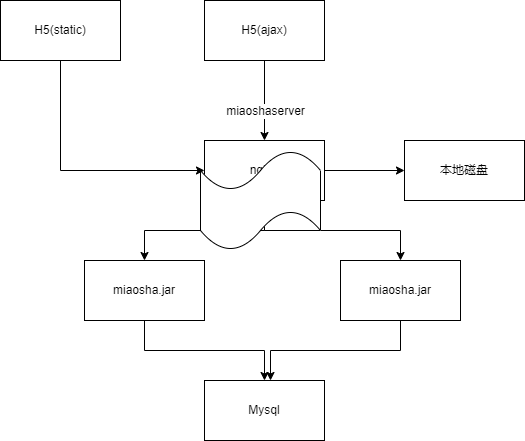
Above: miaosha/miaoshadeploy.drawio.png in wsxzei/markdown-photos (draw.io), before the change. Source tidied: cells renumbered, new cells last; positions are measured from the earlier drawing's top-left corner, leaving out a move shared by most shapes.
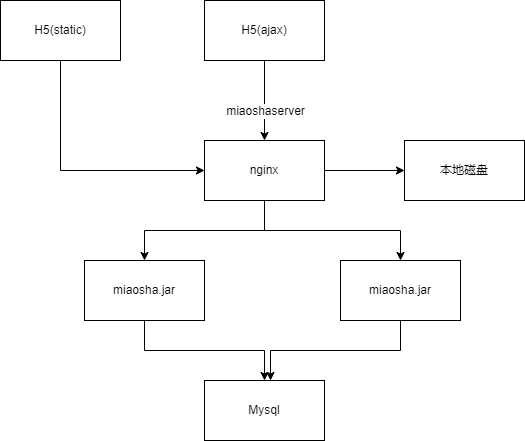
The same diagram one commit later.

Diff of the diagram source:
```diff
@@ -49,8 +49,5 @@
     <mxCell id="16" value="本地磁盘" style="whiteSpace=wrap;html=1;rounded=0;" parent="1" vertex="1">
       <mxGeometry x="404" y="140" width="120" height="60" as="geometry" />
     </mxCell>
-    <mxCell id="17" style="shape=tape;whiteSpace=wrap;html=1;" parent="1" vertex="1">
-      <mxGeometry x="200" y="150" width="120" height="100" as="geometry" />
-    </mxCell>
   </root>
 </mxGraphModel>
```
